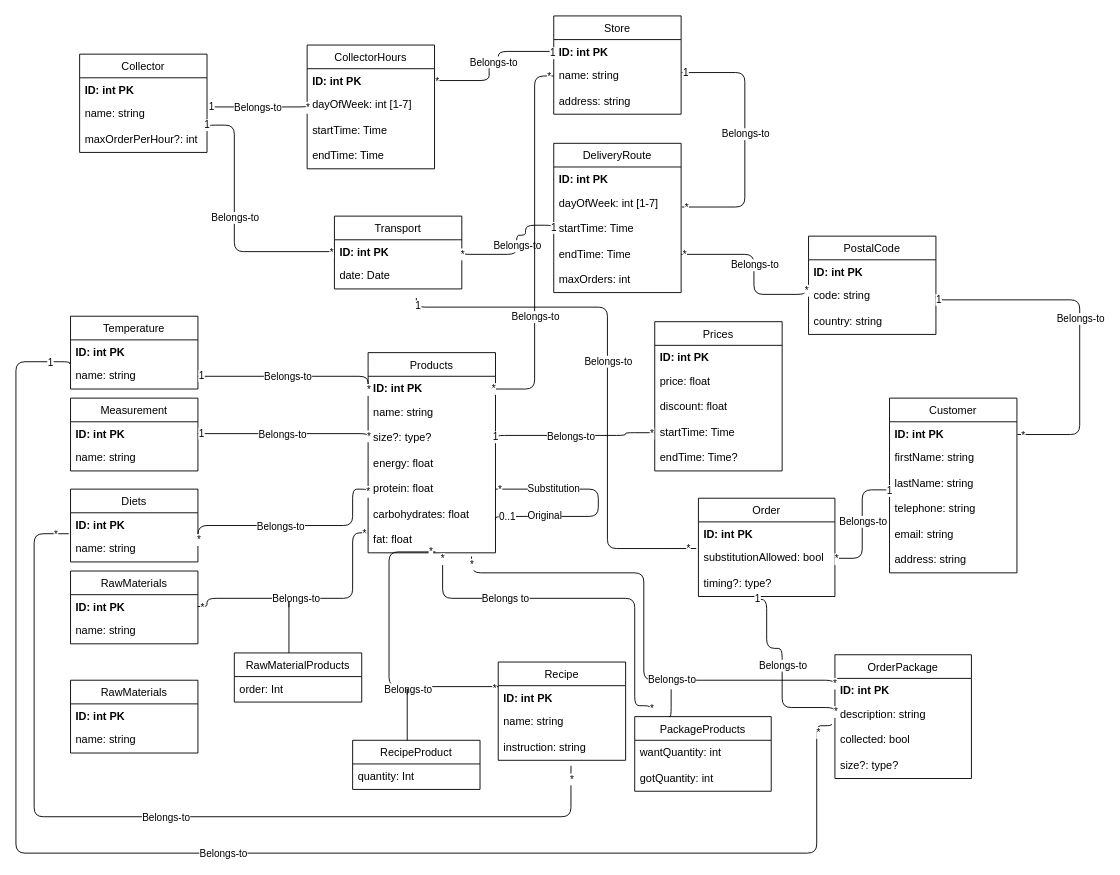
This is Untitled Diagram.drawio from luxas/test-drawio, a draw.io file, before an edit. Source tidied: cells renumbered, new cells numbered last; positions are measured from the earlier drawing's top-left corner, leaving out a move shared by most shapes. Both pictures are drawn from the tidied source at 91%, with x=0, y=0 at pixel (15, 15).
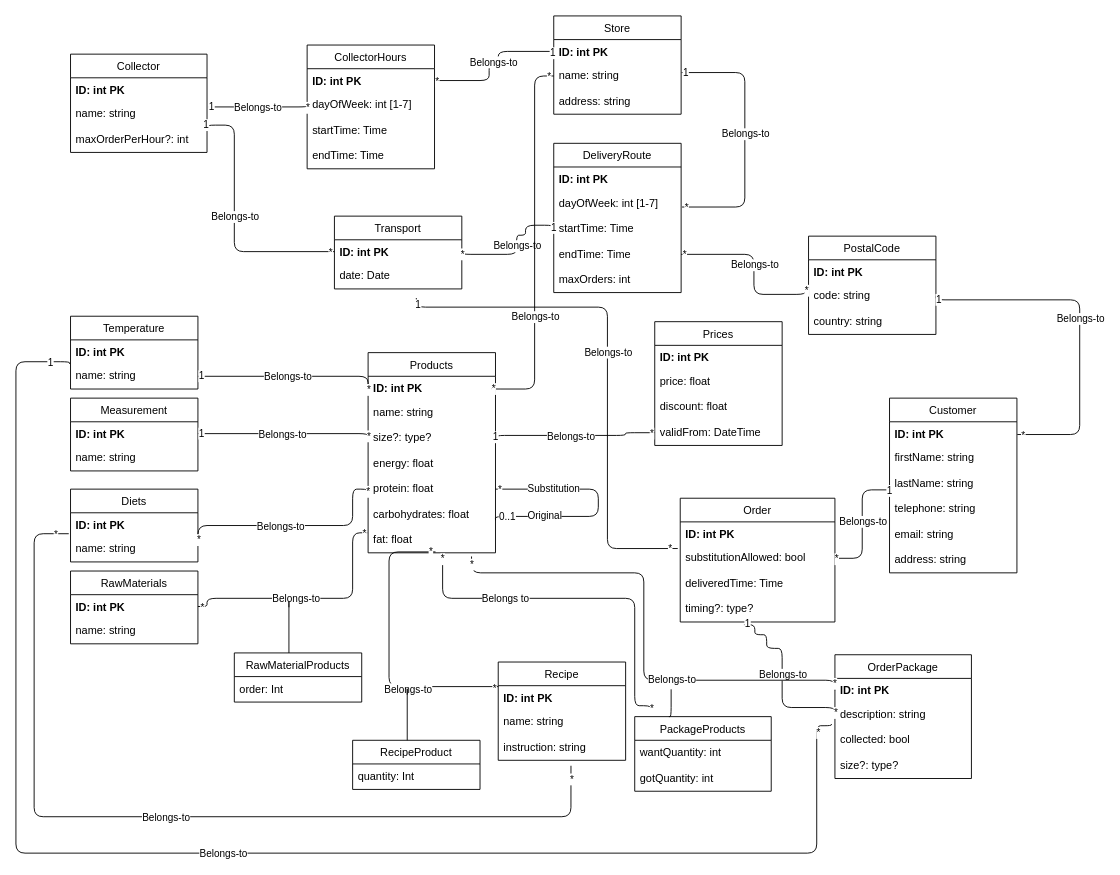
Above is the later version.

The change refers to these unchanged cells:
```xml
<mxCell id="153" value="description: string" style="text;strokeColor=none;fillColor=none;align=left;verticalAlign=top;spacingLeft=4;spacingRight=4;overflow=hidden;points=[[0,0.5],[1,0.5]];portConstraint=eastwest;" parent="151" vertex="1">
  <mxGeometry y="52" width="150" height="28" as="geometry" />
</mxCell>
```

Change to the diagram source:
```diff
@@
     <mxCell id="24" value="Collector" style="swimlane;fontStyle=0;horizontal=1;startSize=26;fillColor=none;" parent="1" vertex="1">
-      <mxGeometry x="70" y="42" width="140" height="108" as="geometry" />
+      <mxGeometry x="60" y="42" width="150" height="108" as="geometry" />
     </mxCell>
     <mxCell id="25" value="ID: int PK" style="text;strokeColor=none;fillColor=none;align=left;verticalAlign=top;spacingLeft=4;spacingRight=4;overflow=hidden;fontStyle=1;" parent="24" vertex="1">
-      <mxGeometry y="26" width="140" height="26" as="geometry" />
+      <mxGeometry y="26" width="150" height="26" as="geometry" />
     </mxCell>
     <mxCell id="26" value="name: string" style="text;strokeColor=none;fillColor=none;align=left;verticalAlign=top;spacingLeft=4;spacingRight=4;overflow=hidden;" parent="24" vertex="1">
-      <mxGeometry y="52" width="140" height="28" as="geometry" />
+      <mxGeometry y="52" width="150" height="28" as="geometry" />
     </mxCell>
     <mxCell id="27" value="maxOrderPerHour?: int" style="text;strokeColor=none;fillColor=none;align=left;verticalAlign=top;spacingLeft=4;spacingRight=4;overflow=hidden;points=[[0,0.5],[1,0.5]];portConstraint=eastwest;" parent="24" vertex="1">
-      <mxGeometry y="80" width="140" height="28" as="geometry" />
+      <mxGeometry y="80" width="150" height="28" as="geometry" />
     </mxCell>
@@
-    <mxCell id="72" value="RawMaterials" style="swimlane;fontStyle=0;horizontal=1;startSize=26;fillColor=none;" parent="1" vertex="1">
-      <mxGeometry x="60" y="730" width="140" height="80" as="geometry" />
-    </mxCell>
-    <mxCell id="73" value="ID: int PK" style="text;strokeColor=none;fillColor=none;align=left;verticalAlign=top;spacingLeft=4;spacingRight=4;overflow=hidden;fontStyle=1;" parent="72" vertex="1">
-      <mxGeometry y="26" width="140" height="26" as="geometry" />
-    </mxCell>
-    <mxCell id="74" value="name: string" style="text;strokeColor=none;fillColor=none;align=left;verticalAlign=top;spacingLeft=4;spacingRight=4;overflow=hidden;" parent="72" vertex="1">
-      <mxGeometry y="52" width="140" height="28" as="geometry" />
-    </mxCell>
@@
     <mxCell id="98" value="Prices" style="swimlane;fontStyle=0;horizontal=1;startSize=26;fillColor=none;" parent="1" vertex="1">
-      <mxGeometry x="702" y="336" width="140" height="164" as="geometry" />
+      <mxGeometry x="702" y="336" width="140" height="136" as="geometry" />
     </mxCell>
@@
-    <mxCell id="102" value="startTime: Time" style="text;strokeColor=none;fillColor=none;align=left;verticalAlign=top;spacingLeft=4;spacingRight=4;overflow=hidden;points=[[0,0.5],[1,0.5]];portConstraint=eastwest;" parent="98" vertex="1">
+    <mxCell id="102" value="validFrom: DateTime" style="text;strokeColor=none;fillColor=none;align=left;verticalAlign=top;spacingLeft=4;spacingRight=4;overflow=hidden;points=[[0,0.5],[1,0.5]];portConstraint=eastwest;" parent="98" vertex="1">
       <mxGeometry y="108" width="140" height="28" as="geometry" />
     </mxCell>
-    <mxCell id="103" value="endTime: Time?" style="text;strokeColor=none;fillColor=none;align=left;verticalAlign=top;spacingLeft=4;spacingRight=4;overflow=hidden;" parent="98" vertex="1">
-      <mxGeometry y="136" width="140" height="28" as="geometry" />
-    </mxCell>
@@
     <mxCell id="139" value="Order" style="swimlane;fontStyle=0;horizontal=1;startSize=26;fillColor=none;" parent="1" vertex="1">
-      <mxGeometry x="750" y="530" width="150" height="108" as="geometry" />
+      <mxGeometry x="730" y="530" width="170" height="136" as="geometry" />
     </mxCell>
     <mxCell id="140" value="ID: int PK" style="text;strokeColor=none;fillColor=none;align=left;verticalAlign=top;spacingLeft=4;spacingRight=4;overflow=hidden;fontStyle=1;" parent="139" vertex="1">
-      <mxGeometry y="26" width="150" height="26" as="geometry" />
+      <mxGeometry y="26" width="170" height="26" as="geometry" />
     </mxCell>
     <mxCell id="141" value="substitutionAllowed: bool " style="text;strokeColor=none;fillColor=none;align=left;verticalAlign=top;spacingLeft=4;spacingRight=4;overflow=hidden;points=[[0,0.5],[1,0.5]];portConstraint=eastwest;" parent="139" vertex="1">
-      <mxGeometry y="52" width="150" height="28" as="geometry" />
+      <mxGeometry y="52" width="170" height="28" as="geometry" />
     </mxCell>
+    <mxCell id="176" value="deliveredTime: Time " style="text;strokeColor=none;fillColor=none;align=left;verticalAlign=top;spacingLeft=4;spacingRight=4;overflow=hidden;" parent="139" vertex="1">
+      <mxGeometry y="80" width="170" height="28" as="geometry" />
+    </mxCell>
     <mxCell id="142" value="timing?: type? " style="text;strokeColor=none;fillColor=none;align=left;verticalAlign=top;spacingLeft=4;spacingRight=4;overflow=hidden;points=[[0,0.5],[1,0.5]];portConstraint=eastwest;" parent="139" vertex="1">
-      <mxGeometry y="80" width="150" height="28" as="geometry" />
+      <mxGeometry y="108" width="170" height="28" as="geometry" />
     </mxCell>
@@
     <mxCell id="156" style="endArrow=none;html=1;edgeStyle=orthogonalEdgeStyle;exitX=0.412;exitY=1.107;exitDx=0;exitDy=0;exitPerimeter=0;entryX=0;entryY=0.5;entryDx=0;entryDy=0;" parent="1" edge="1" source="142" target="153">
       <mxGeometry relative="1" as="geometry">
         <Array as="points">
-          <mxPoint x="825" y="641" />
+          <mxPoint x="812" y="680" />
+          <mxPoint x="825" y="680" />
           <mxPoint x="825" y="695" />
           <mxPoint x="842" y="695" />
           <mxPoint x="842" y="760" />
           <mxPoint x="900" y="760" />
         </Array>
       </mxGeometry>
     </mxCell>
```
